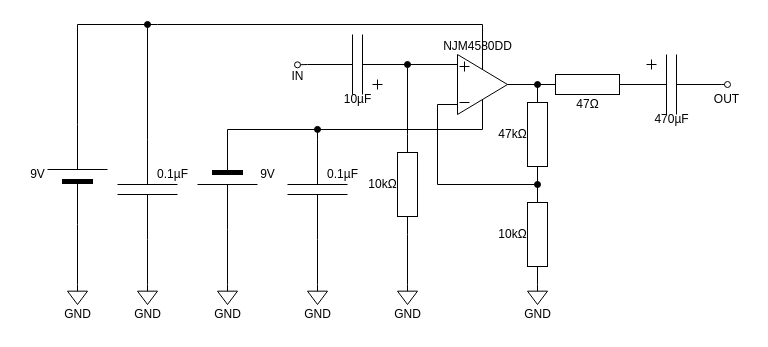
Earlier version of the draw.io diagram page "amp" (2 of 7) of python/fig.drawio (m20079/AM-radio). Source tidied: cells renumbered, new cells numbered last; positions are measured from the earlier drawing's top-left corner, leaving out a move shared by most shapes. Both pictures are drawn from the tidied source at 100%, with x=0, y=0 at pixel (17, 24).
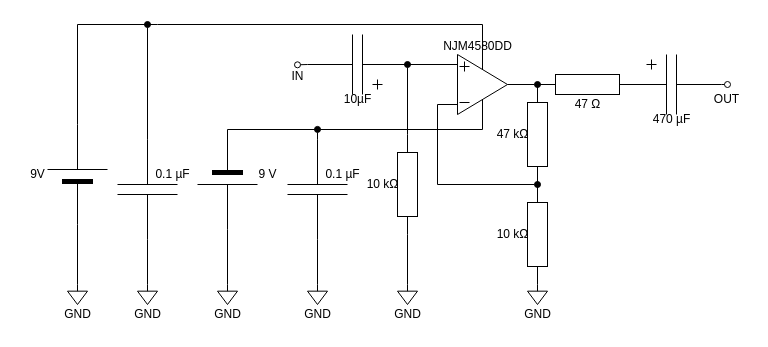
Above is the later version.

The edit, as a diff of the source:
```diff
@@
-    <mxCell id="25" value="10kΩ" style="text;html=1;align=center;verticalAlign=middle;strokeColor=none;fillColor=none;" parent="1" vertex="1">
-      <mxGeometry x="340" y="145" width="50" height="30" as="geometry" />
+    <mxCell id="25" value="10 kΩ" style="text;html=1;align=center;verticalAlign=middle;strokeColor=none;fillColor=none;" parent="1" vertex="1">
+      <mxGeometry x="335" y="145" width="60" height="30" as="geometry" />
     </mxCell>
-    <mxCell id="26" value="10kΩ" style="text;html=1;align=center;verticalAlign=middle;strokeColor=none;fillColor=none;" parent="1" vertex="1">
-      <mxGeometry x="470" y="195" width="50" height="30" as="geometry" />
+    <mxCell id="26" value="10 kΩ" style="text;html=1;align=center;verticalAlign=middle;strokeColor=none;fillColor=none;" parent="1" vertex="1">
+      <mxGeometry x="465" y="195" width="60" height="30" as="geometry" />
     </mxCell>
-    <mxCell id="27" value="47kΩ" style="text;html=1;align=center;verticalAlign=middle;strokeColor=none;fillColor=none;" parent="1" vertex="1">
-      <mxGeometry x="470" y="95" width="50" height="30" as="geometry" />
+    <mxCell id="27" value="47 kΩ" style="text;html=1;align=center;verticalAlign=middle;strokeColor=none;fillColor=none;" parent="1" vertex="1">
+      <mxGeometry x="465" y="95" width="60" height="30" as="geometry" />
     </mxCell>
-    <mxCell id="28" value="47Ω" style="text;html=1;align=center;verticalAlign=middle;strokeColor=none;fillColor=none;" parent="1" vertex="1">
+    <mxCell id="28" value="47 Ω" style="text;html=1;align=center;verticalAlign=middle;strokeColor=none;fillColor=none;" parent="1" vertex="1">
       <mxGeometry x="545" y="65" width="50" height="30" as="geometry" />
     </mxCell>
-    <mxCell id="29" value="470µF" style="text;html=1;align=center;verticalAlign=middle;strokeColor=none;fillColor=none;" parent="1" vertex="1">
+    <mxCell id="29" value="470 µF" style="text;html=1;align=center;verticalAlign=middle;strokeColor=none;fillColor=none;" parent="1" vertex="1">
       <mxGeometry x="624" y="80" width="60" height="30" as="geometry" />
     </mxCell>
@@
-    <mxCell id="43" value="9V" style="text;html=1;align=center;verticalAlign=middle;strokeColor=none;fillColor=none;" parent="1" vertex="1">
+    <mxCell id="43" value="9 V" style="text;html=1;align=center;verticalAlign=middle;strokeColor=none;fillColor=none;" parent="1" vertex="1">
       <mxGeometry x="230" y="135" width="40" height="30" as="geometry" />
     </mxCell>
@@
-    <mxCell id="55" value="0.1µF" style="text;html=1;align=center;verticalAlign=middle;strokeColor=none;fillColor=none;" parent="1" vertex="1">
-      <mxGeometry x="130" y="135" width="50" height="30" as="geometry" />
+    <mxCell id="55" value="0.1 µF" style="text;html=1;align=center;verticalAlign=middle;strokeColor=none;fillColor=none;" parent="1" vertex="1">
+      <mxGeometry x="125" y="135" width="60" height="30" as="geometry" />
     </mxCell>
-    <mxCell id="56" value="0.1µF" style="text;html=1;align=center;verticalAlign=middle;strokeColor=none;fillColor=none;" parent="1" vertex="1">
-      <mxGeometry x="300" y="135" width="50" height="30" as="geometry" />
+    <mxCell id="56" value="0.1 µF" style="text;html=1;align=center;verticalAlign=middle;strokeColor=none;fillColor=none;" parent="1" vertex="1">
+      <mxGeometry x="295" y="135" width="60" height="30" as="geometry" />
     </mxCell>
```
